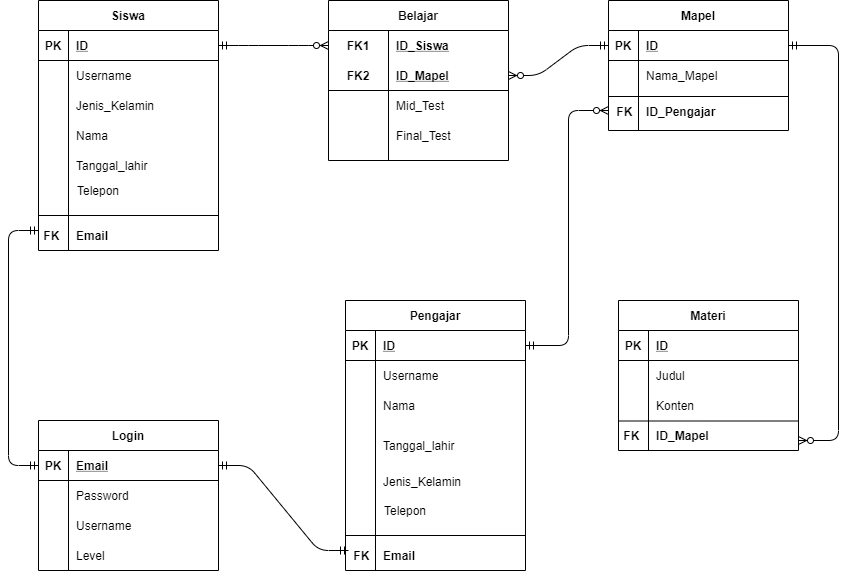
Above: Skema Database/Tabel dbhaiyu.png in alifahfathonah/Website-HAiYU (draw.io), before the change. Source tidied: cells renumbered, new cells last; positions are measured from the earlier drawing's top-left corner, leaving out a move shared by most shapes.
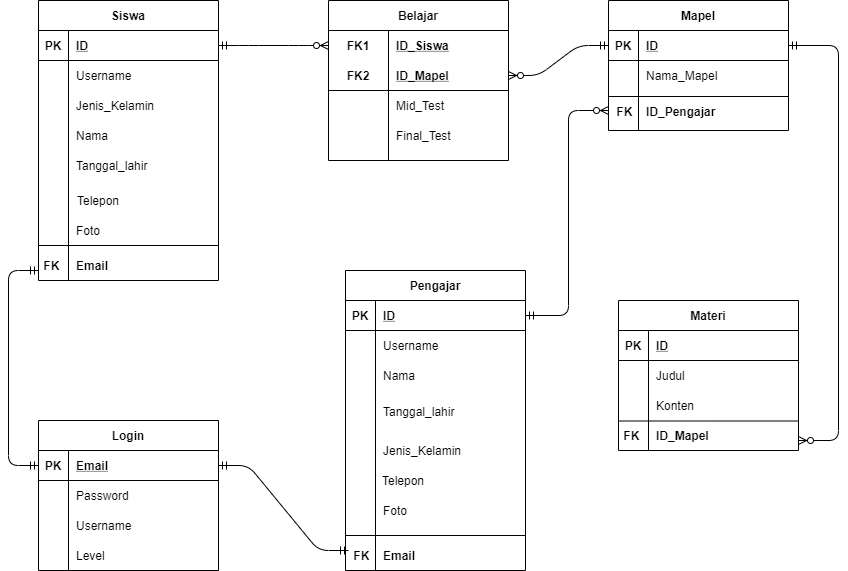
Above is the later version.

The edit, as a diff of the source:
```diff
@@ -3,7 +3,7 @@
     <mxCell id="0" />
     <mxCell id="1" parent="0" />
     <mxCell id="2" value="Siswa" style="shape=table;startSize=30;rowLines=0;fontStyle=1;align=center;" parent="1" vertex="1">
-      <mxGeometry x="30" width="180" height="250" as="geometry" />
+      <mxGeometry x="30" width="180" height="280" as="geometry" />
     </mxCell>
     <mxCell id="3" style="shape=partialRectangle;fillColor=none;top=0;left=0;bottom=1;right=0;points=[[0,0.5],[1,0.5]];portConstraint=eastwest;" parent="2" vertex="1">
       <mxGeometry y="30" width="180" height="30" as="geometry" />
@@ -72,7 +72,7 @@
       <mxGeometry x="30" width="150" height="30" as="geometry" />
     </mxCell>
     <mxCell id="25" value="Email" style="shape=partialRectangle;fillColor=none;top=0;left=0;bottom=0;right=0;align=left;spacingLeft=6;overflow=hidden;fontStyle=1;" parent="1" vertex="1">
-      <mxGeometry x="60" y="220" width="150" height="30" as="geometry" />
+      <mxGeometry x="60" y="250" width="150" height="30" as="geometry" />
     </mxCell>
     <mxCell id="26" value="Tanggal_lahir" style="shape=partialRectangle;fillColor=none;top=0;left=0;bottom=0;right=0;align=left;spacingLeft=6;overflow=hidden;" parent="1" vertex="1">
       <mxGeometry x="60" y="150" width="150" height="30" as="geometry" />
@@ -120,7 +120,7 @@
       <mxGeometry relative="1" as="geometry">
         <mxPoint x="600" y="110" as="targetPoint" />
         <Array as="points">
-          <mxPoint x="560" y="345" />
+          <mxPoint x="560" y="315" />
           <mxPoint x="560" y="110" />
         </Array>
       </mxGeometry>
@@ -129,16 +129,16 @@
       <mxGeometry x="367" y="540" width="150" height="30" as="geometry" />
     </mxCell>
     <mxCell id="42" value="Tanggal_lahir" style="shape=partialRectangle;fillColor=none;top=0;left=0;bottom=0;right=0;align=left;spacingLeft=6;overflow=hidden;" parent="1" vertex="1">
-      <mxGeometry x="367" y="430" width="150" height="30" as="geometry" />
+      <mxGeometry x="367" y="395.5" width="150" height="30" as="geometry" />
     </mxCell>
     <mxCell id="43" style="line;strokeWidth=1;dashed=0;labelPosition=right;align=left;verticalAlign=middle;spacingTop=0;spacingLeft=6;" parent="1" vertex="1">
       <mxGeometry x="337" y="530" width="180" height="10" as="geometry" />
     </mxCell>
     <mxCell id="44" style="line;strokeWidth=1;dashed=0;labelPosition=right;align=left;verticalAlign=middle;spacingTop=0;spacingLeft=6;" parent="1" vertex="1">
-      <mxGeometry x="30" y="210" width="180" height="10" as="geometry" />
+      <mxGeometry x="30" y="240" width="180" height="10" as="geometry" />
     </mxCell>
     <mxCell id="45" value="  FK" style="shape=partialRectangle;fillColor=none;top=0;left=0;bottom=0;right=0;fontStyle=1;overflow=hidden;" parent="1" vertex="1">
-      <mxGeometry x="10" y="220" width="60" height="30" as="geometry" />
+      <mxGeometry x="10" y="250" width="60" height="30" as="geometry" />
     </mxCell>
     <mxCell id="46" value="  FK" style="shape=partialRectangle;fillColor=none;top=0;left=0;bottom=0;right=0;fontStyle=1;overflow=hidden;" parent="1" vertex="1">
       <mxGeometry x="320" y="540" width="60" height="30" as="geometry" />
@@ -174,7 +174,7 @@
       <mxGeometry x="30" width="150" height="30" as="geometry" />
     </mxCell>
     <mxCell id="57" value="Pengajar" style="shape=table;startSize=30;rowLines=0;fontStyle=1;align=center;" parent="1" vertex="1">
-      <mxGeometry x="337" y="300" width="180" height="270" as="geometry" />
+      <mxGeometry x="337" y="270" width="180" height="300" as="geometry" />
     </mxCell>
     <mxCell id="58" style="shape=partialRectangle;fillColor=none;top=0;left=0;bottom=1;right=0;points=[[0,0.5],[1,0.5]];portConstraint=eastwest;" parent="57" vertex="1">
       <mxGeometry y="30" width="180" height="30" as="geometry" />
@@ -214,10 +214,10 @@
     </mxCell>
     <mxCell id="70" style="fontSize=12;html=1;endArrow=ERmandOne;startArrow=ERmandOne;edgeStyle=orthogonalEdgeStyle;exitX=0;exitY=0.5;exitDx=0;exitDy=0;" parent="1" edge="1" source="48">
       <mxGeometry relative="1" as="geometry">
-        <mxPoint x="30" y="230" as="targetPoint" />
+        <mxPoint x="30" y="270" as="targetPoint" />
         <Array as="points">
           <mxPoint y="465" />
-          <mxPoint y="230" />
+          <mxPoint y="270" />
         </Array>
       </mxGeometry>
     </mxCell>
@@ -236,7 +236,7 @@
       <mxGeometry x="583" y="95.5" width="60" height="30" as="geometry" />
     </mxCell>
     <mxCell id="75" value="Jenis_Kelamin" style="shape=partialRectangle;fillColor=none;top=0;left=0;bottom=0;right=0;align=left;spacingLeft=6;overflow=hidden;" parent="1" vertex="1">
-      <mxGeometry x="367" y="466" width="150" height="30" as="geometry" />
+      <mxGeometry x="367" y="435" width="150" height="30" as="geometry" />
     </mxCell>
     <mxCell id="76" style="edgeStyle=entityRelationEdgeStyle;fontSize=12;html=1;endArrow=ERzeroToMany;startArrow=ERmandOne;entryX=0;entryY=0.5;entryDx=0;entryDy=0;exitX=1;exitY=0.5;exitDx=0;exitDy=0;" parent="1" edge="1" source="3" target="28">
       <mxGeometry relative="1" as="geometry" />
@@ -289,10 +289,10 @@
       <mxGeometry x="640" y="425.5" width="150" height="19" as="geometry" />
     </mxCell>
     <mxCell id="92" value="Telepon" style="text;html=1;strokeColor=none;fillColor=none;align=center;verticalAlign=middle;whiteSpace=wrap;rounded=0;" parent="1" vertex="1">
-      <mxGeometry x="70" y="180" width="40" height="20" as="geometry" />
+      <mxGeometry x="70" y="190" width="40" height="20" as="geometry" />
     </mxCell>
     <mxCell id="93" value="Telepon" style="text;html=1;strokeColor=none;fillColor=none;align=center;verticalAlign=middle;whiteSpace=wrap;rounded=0;" parent="1" vertex="1">
-      <mxGeometry x="377" y="500" width="40" height="20" as="geometry" />
+      <mxGeometry x="375" y="470" width="40" height="20" as="geometry" />
     </mxCell>
     <mxCell id="94" style="fontSize=12;html=1;endArrow=ERmandOne;startArrow=ERzeroToMany;edgeStyle=orthogonalEdgeStyle;endFill=0;entryX=1;entryY=0.5;entryDx=0;entryDy=0;startFill=1;" parent="1" edge="1" target="19">
       <mxGeometry relative="1" as="geometry">
@@ -303,5 +303,11 @@
         </Array>
       </mxGeometry>
     </mxCell>
+    <mxCell id="95" value="Foto" style="text;html=1;strokeColor=none;fillColor=none;align=center;verticalAlign=middle;whiteSpace=wrap;rounded=0;" parent="1" vertex="1">
+      <mxGeometry x="60" y="220" width="40" height="20" as="geometry" />
+    </mxCell>
+    <mxCell id="96" value="Foto" style="text;html=1;strokeColor=none;fillColor=none;align=center;verticalAlign=middle;whiteSpace=wrap;rounded=0;" parent="1" vertex="1">
+      <mxGeometry x="367" y="500" width="40" height="20" as="geometry" />
+    </mxCell>
   </root>
 </mxGraphModel>
```
